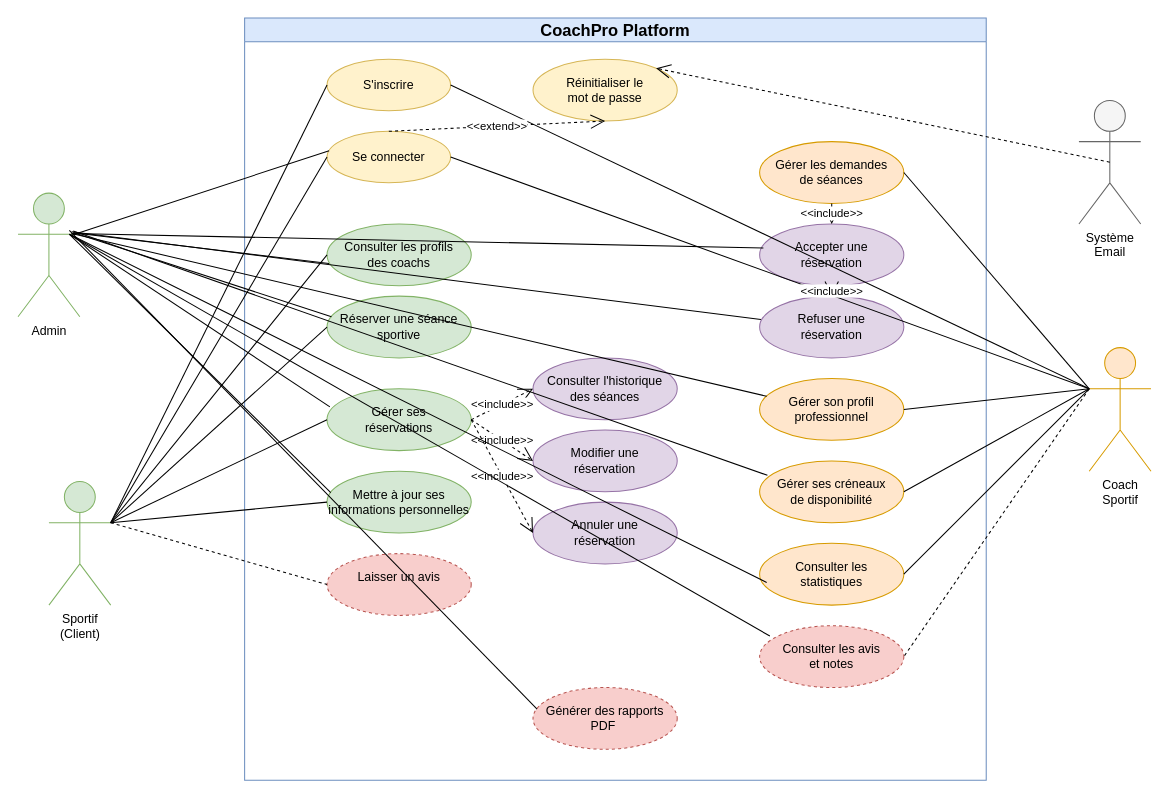
Above: docs/usecase.drawio in hamzalafsioui/CoachPro_Platform (draw.io), before the change. Source tidied: cells renumbered, new cells numbered last; positions are measured from the earlier drawing's top-left corner, leaving out a move shared by most shapes. Both pictures are drawn from the tidied source at 103%, with x=0, y=0 at pixel (18, 18).
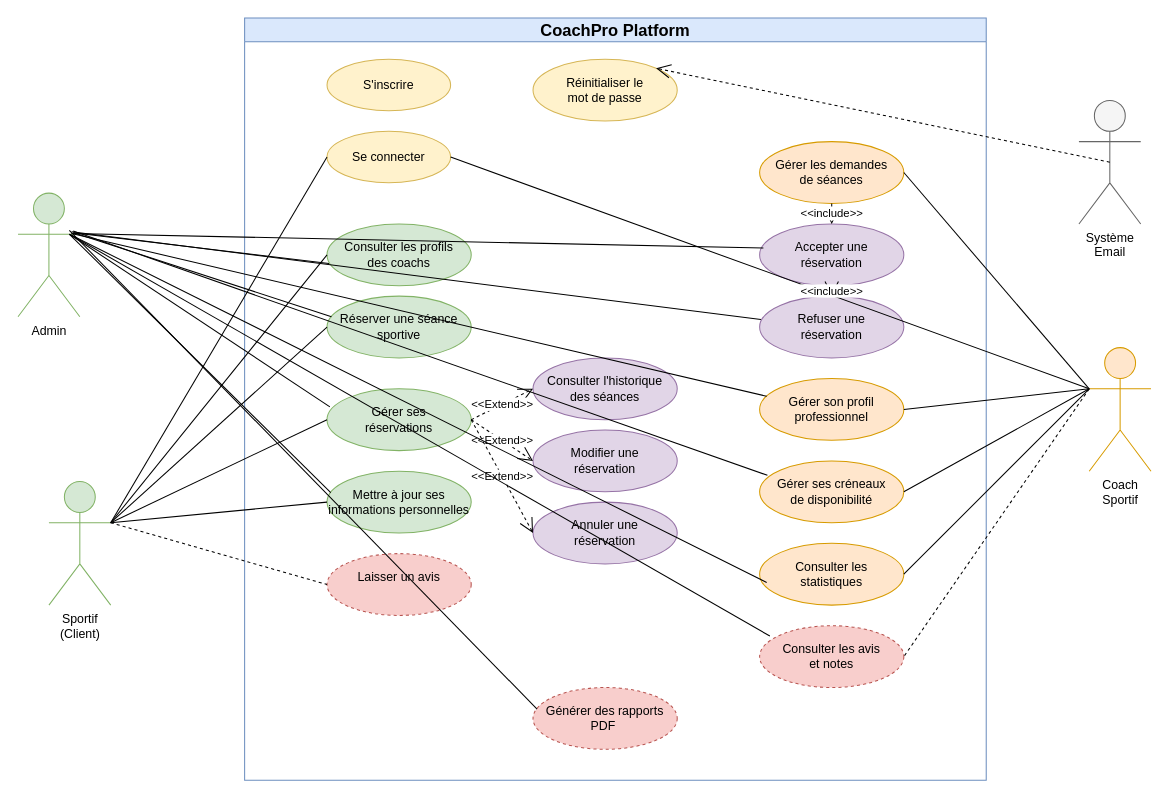
After the change.

The change refers to these unchanged cells:
```xml
<mxCell id="3" value="S'inscrire" style="ellipse;whiteSpace=wrap;html=1;fillColor=#fff2cc;strokeColor=#d6b656;" parent="2" vertex="1">
  <mxGeometry x="80" y="40" width="120" height="50" as="geometry" />
</mxCell>
<mxCell id="4" value="Se connecter" style="ellipse;whiteSpace=wrap;html=1;fillColor=#fff2cc;strokeColor=#d6b656;" parent="2" vertex="1">
  <mxGeometry x="80" y="110" width="120" height="50" as="geometry" />
</mxCell>
<mxCell id="7" value="Gérer ses&#10;réservations" style="ellipse;whiteSpace=wrap;html=1;fillColor=#d5e8d4;strokeColor=#82b366;" parent="2" vertex="1">
  <mxGeometry x="80" y="360" width="140" height="60" as="geometry" />
</mxCell>
<mxCell id="8" value="Consulter l'historique&#10;des séances" style="ellipse;whiteSpace=wrap;html=1;fillColor=#e1d5e7;strokeColor=#9673a6;" parent="2" vertex="1">
  <mxGeometry x="280" y="330" width="140" height="60" as="geometry" />
</mxCell>
<mxCell id="9" value="Modifier une&#10;réservation" style="ellipse;whiteSpace=wrap;html=1;fillColor=#e1d5e7;strokeColor=#9673a6;" parent="2" vertex="1">
  <mxGeometry x="280" y="400" width="140" height="60" as="geometry" />
</mxCell>
<mxCell id="10" value="Annuler une&#10;réservation" style="ellipse;whiteSpace=wrap;html=1;fillColor=#e1d5e7;strokeColor=#9673a6;" parent="2" vertex="1">
  <mxGeometry x="280" y="470" width="140" height="60" as="geometry" />
</mxCell>
<mxCell id="21" value="Réinitialiser le&#10;mot de passe" style="ellipse;whiteSpace=wrap;html=1;fillColor=#fff2cc;strokeColor=#d6b656;" parent="2" vertex="1">
  <mxGeometry x="280" y="40" width="140" height="60" as="geometry" />
</mxCell>
<mxCell id="22" value="Sportif&#10;(Client)" style="shape=umlActor;verticalLabelPosition=bottom;verticalAlign=top;html=1;outlineConnect=0;fillColor=#d5e8d4;strokeColor=#82b366;" parent="1" vertex="1">
  <mxGeometry x="30" y="450" width="60" height="120" as="geometry" />
</mxCell>
<mxCell id="23" value="Coach&#10;Sportif" style="shape=umlActor;verticalLabelPosition=bottom;verticalAlign=top;html=1;outlineConnect=0;fillColor=#ffe6cc;strokeColor=#d79b00;" parent="1" vertex="1">
  <mxGeometry x="1040" y="320" width="60" height="120" as="geometry" />
</mxCell>
<mxCell id="46" value="Admin&lt;div&gt;&lt;br/&gt;&lt;/div&gt;" style="shape=umlActor;verticalLabelPosition=bottom;verticalAlign=top;html=1;outlineConnect=0;fillColor=#d5e8d4;strokeColor=#82b366;" parent="1" vertex="1">
  <mxGeometry y="170" width="60" height="120" as="geometry" />
</mxCell>
```

What changed in the source:
```diff
@@
-    <mxCell id="25" style="endArrow=none;html=1;exitX=1;exitY=0.3333333333333333;exitDx=0;exitDy=0;exitPerimeter=0;entryX=0;entryY=0.5;entryDx=0;entryDy=0;" parent="1" edge="1" source="22" target="3">
-      <mxGeometry relative="1" as="geometry" />
-    </mxCell>
@@
-    <mxCell id="33" style="endArrow=none;html=1;exitX=0;exitY=0.3333333333333333;exitDx=0;exitDy=0;exitPerimeter=0;entryX=1;entryY=0.5;entryDx=0;entryDy=0;" parent="1" edge="1" source="23" target="3">
-      <mxGeometry relative="1" as="geometry" />
-    </mxCell>
@@
-    <mxCell id="39" value="&amp;lt;&amp;lt;include&amp;gt;&amp;gt;" style="endArrow=open;endSize=12;dashed=1;html=1;exitX=1;exitY=0.5;exitDx=0;exitDy=0;entryX=0;entryY=0.5;entryDx=0;entryDy=0;" parent="1" edge="1" source="7" target="8">
+    <mxCell id="39" value="&amp;lt;&amp;lt;Extend&amp;gt;&amp;gt;" style="endArrow=open;endSize=12;dashed=1;html=1;exitX=1;exitY=0.5;exitDx=0;exitDy=0;entryX=0;entryY=0.5;entryDx=0;entryDy=0;" parent="1" edge="1" source="7" target="8">
       <mxGeometry relative="1" as="geometry" />
     </mxCell>
-    <mxCell id="40" value="&amp;lt;&amp;lt;include&amp;gt;&amp;gt;" style="endArrow=open;endSize=12;dashed=1;html=1;exitX=1;exitY=0.5;exitDx=0;exitDy=0;entryX=0;entryY=0.5;entryDx=0;entryDy=0;" parent="1" edge="1" source="7" target="9">
+    <mxCell id="40" value="&amp;lt;&amp;lt;Extend&amp;gt;&amp;gt;" style="endArrow=open;endSize=12;dashed=1;html=1;exitX=1;exitY=0.5;exitDx=0;exitDy=0;entryX=0;entryY=0.5;entryDx=0;entryDy=0;" parent="1" edge="1" source="7" target="9">
       <mxGeometry relative="1" as="geometry" />
     </mxCell>
-    <mxCell id="41" value="&amp;lt;&amp;lt;include&amp;gt;&amp;gt;" style="endArrow=open;endSize=12;dashed=1;html=1;exitX=1;exitY=0.5;exitDx=0;exitDy=0;entryX=0;entryY=0.5;entryDx=0;entryDy=0;" parent="1" edge="1" source="7" target="10">
+    <mxCell id="41" value="&amp;lt;&amp;lt;Extend&amp;gt;&amp;gt;" style="endArrow=open;endSize=12;dashed=1;html=1;exitX=1;exitY=0.5;exitDx=0;exitDy=0;entryX=0;entryY=0.5;entryDx=0;entryDy=0;" parent="1" edge="1" source="7" target="10">
       <mxGeometry relative="1" as="geometry" />
     </mxCell>
@@
-    <mxCell id="44" value="&amp;lt;&amp;lt;extend&amp;gt;&amp;gt;" style="endArrow=open;endSize=12;dashed=1;html=1;exitX=0.5;exitY=0;exitDx=0;exitDy=0;entryX=0.5;entryY=1;entryDx=0;entryDy=0;" parent="1" edge="1" source="4" target="21">
-      <mxGeometry relative="1" as="geometry" />
-    </mxCell>
@@
-    <mxCell id="47" style="endArrow=none;html=1;entryX=0.017;entryY=0.376;entryDx=0;entryDy=0;entryPerimeter=0;exitX=0.867;exitY=0.34;exitDx=0;exitDy=0;exitPerimeter=0;" parent="1" edge="1" source="46" target="4">
-      <mxGeometry relative="1" as="geometry" />
-    </mxCell>
```
